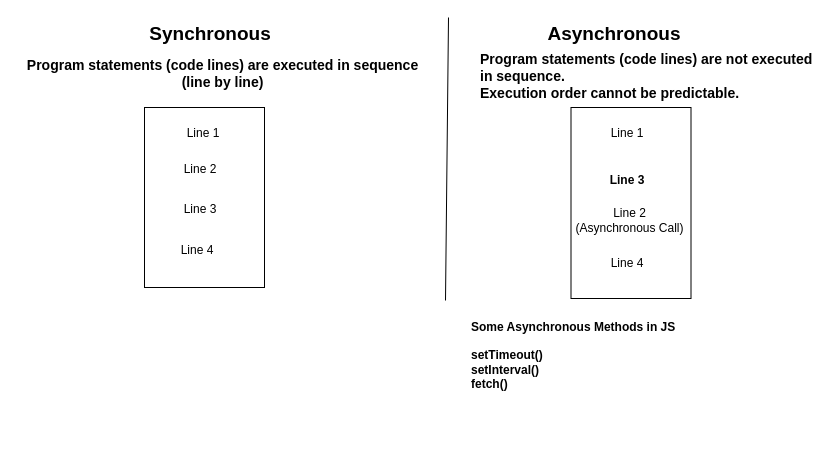
Above: page "Synchronous & Asynchronous" (13 of 14) of JS Client Server.drawio in phyowaihtoon/JavaScriptCourse-Batch1 (draw.io), before the change. Source tidied: cells renumbered, new cells numbered last; positions are measured from the earlier drawing's top-left corner, leaving out a move shared by most shapes. Both pictures are drawn from the tidied source at 100%, with x=0, y=0 at pixel (17, 17).
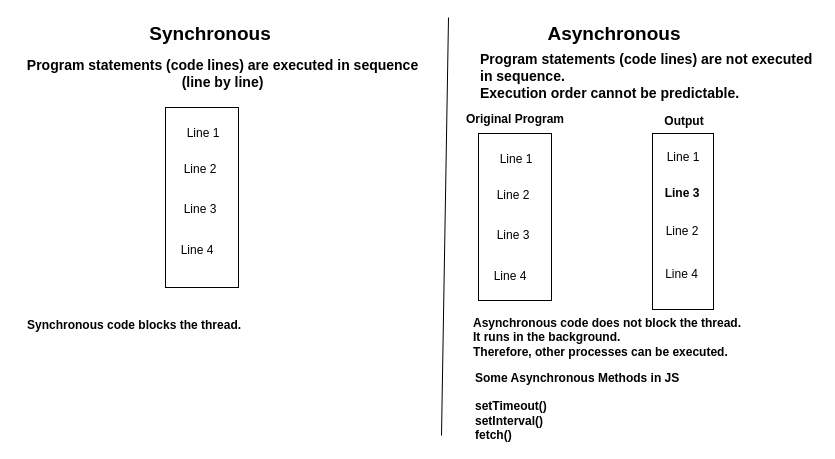
The same page after the edit.

What changed in the source:
```diff
@@
     <mxCell id="2" style="rounded=0;whiteSpace=wrap;html=1;" parent="1" vertex="1">
-      <mxGeometry x="127" y="90" width="120" height="180" as="geometry" />
+      <mxGeometry x="148" y="90" width="73" height="180" as="geometry" />
     </mxCell>
@@
     <mxCell id="9" style="rounded=0;whiteSpace=wrap;html=1;" parent="1" vertex="1">
-      <mxGeometry x="553.5" y="90" width="120" height="191" as="geometry" />
+      <mxGeometry x="635" y="116" width="61" height="176" as="geometry" />
     </mxCell>
@@
     <mxCell id="11" value="Line 1" style="text;html=1;whiteSpace=wrap;strokeColor=none;fillColor=none;align=center;verticalAlign=middle;rounded=0;" parent="1" vertex="1">
-      <mxGeometry x="579.5" y="101" width="60" height="30" as="geometry" />
+      <mxGeometry x="636" y="125" width="60" height="30" as="geometry" />
     </mxCell>
     <mxCell id="12" value="Line 3" style="text;html=1;whiteSpace=wrap;strokeColor=none;fillColor=none;align=center;verticalAlign=middle;rounded=0;fontStyle=1;" parent="1" vertex="1">
-      <mxGeometry x="579.5" y="148" width="60" height="30" as="geometry" />
+      <mxGeometry x="635" y="161" width="60" height="30" as="geometry" />
     </mxCell>
-    <mxCell id="13" value="Line 2 (Asynchronous Call)" style="text;html=1;whiteSpace=wrap;strokeColor=none;fillColor=none;align=center;verticalAlign=middle;rounded=0;" parent="1" vertex="1">
-      <mxGeometry x="553.5" y="188" width="116.5" height="30" as="geometry" />
+    <mxCell id="13" value="Line 2" style="text;html=1;whiteSpace=wrap;strokeColor=none;fillColor=none;align=center;verticalAlign=middle;rounded=0;" parent="1" vertex="1">
+      <mxGeometry x="639" y="199" width="52" height="30" as="geometry" />
     </mxCell>
     <mxCell id="14" value="Line 4" style="text;html=1;whiteSpace=wrap;strokeColor=none;fillColor=none;align=center;verticalAlign=middle;rounded=0;" parent="1" vertex="1">
-      <mxGeometry x="579.5" y="231" width="60" height="30" as="geometry" />
+      <mxGeometry x="640" y="242" width="48.5" height="30" as="geometry" />
     </mxCell>
@@
     <mxCell id="16" style="endArrow=none;html=1;rounded=0;" parent="1" edge="1">
       <mxGeometry relative="1" as="geometry">
-        <mxPoint x="428" y="283" as="sourcePoint" />
+        <mxPoint x="424" y="418" as="sourcePoint" />
         <mxPoint x="431" as="targetPoint" />
       </mxGeometry>
     </mxCell>
     <mxCell id="17" value="&lt;div&gt;Some Asynchronous Methods in JS&lt;/div&gt;&lt;div&gt;&lt;br&gt;&lt;/div&gt;setTimeout()&lt;div&gt;setInterval()&lt;/div&gt;&lt;div&gt;fetch()&lt;/div&gt;" style="text;html=1;whiteSpace=wrap;strokeColor=none;fillColor=none;align=left;verticalAlign=middle;rounded=0;fontStyle=1;" parent="1" vertex="1">
-      <mxGeometry x="452" y="296" width="308" height="83" as="geometry" />
+      <mxGeometry x="456" y="354" width="308" height="69" as="geometry" />
     </mxCell>
+    <mxCell id="18" value="Synchronous code blocks the thread." style="text;html=1;whiteSpace=wrap;strokeColor=none;fillColor=none;align=left;verticalAlign=middle;rounded=0;fontStyle=1;" parent="1" vertex="1">
+      <mxGeometry x="8" y="293" width="271" height="30" as="geometry" />
+    </mxCell>
+    <mxCell id="19" style="rounded=0;whiteSpace=wrap;html=1;" parent="1" vertex="1">
+      <mxGeometry x="461" y="116" width="73" height="167" as="geometry" />
+    </mxCell>
+    <mxCell id="20" value="Line 1" style="text;html=1;whiteSpace=wrap;strokeColor=none;fillColor=none;align=center;verticalAlign=middle;rounded=0;" parent="1" vertex="1">
+      <mxGeometry x="472" y="127" width="54" height="29" as="geometry" />
+    </mxCell>
+    <mxCell id="21" value="Line 2" style="text;html=1;whiteSpace=wrap;strokeColor=none;fillColor=none;align=center;verticalAlign=middle;rounded=0;" parent="1" vertex="1">
+      <mxGeometry x="466" y="163" width="60" height="30" as="geometry" />
+    </mxCell>
+    <mxCell id="22" value="Line 3" style="text;html=1;whiteSpace=wrap;strokeColor=none;fillColor=none;align=center;verticalAlign=middle;rounded=0;" parent="1" vertex="1">
+      <mxGeometry x="466" y="203" width="60" height="30" as="geometry" />
+    </mxCell>
+    <mxCell id="23" value="Line 4" style="text;html=1;whiteSpace=wrap;strokeColor=none;fillColor=none;align=center;verticalAlign=middle;rounded=0;" parent="1" vertex="1">
+      <mxGeometry x="463" y="244" width="60" height="30" as="geometry" />
+    </mxCell>
+    <mxCell id="24" value="Original Program" style="text;html=1;whiteSpace=wrap;strokeColor=none;fillColor=none;align=center;verticalAlign=middle;rounded=0;fontStyle=1;" parent="1" vertex="1">
+      <mxGeometry x="446.5" y="87" width="102" height="30" as="geometry" />
+    </mxCell>
+    <mxCell id="25" value="Output" style="text;html=1;whiteSpace=wrap;strokeColor=none;fillColor=none;align=center;verticalAlign=middle;rounded=0;fontStyle=1;" parent="1" vertex="1">
+      <mxGeometry x="616" y="97" width="102" height="14" as="geometry" />
+    </mxCell>
+    <mxCell id="26" value="Asynchronous code does not block the thread.&lt;div&gt;It runs in the background.&lt;br&gt;Therefore, other processes can be executed.&lt;/div&gt;" style="text;html=1;whiteSpace=wrap;strokeColor=none;fillColor=none;align=left;verticalAlign=middle;rounded=0;fontStyle=1;" parent="1" vertex="1">
+      <mxGeometry x="454" y="295" width="271" height="50" as="geometry" />
+    </mxCell>
```
